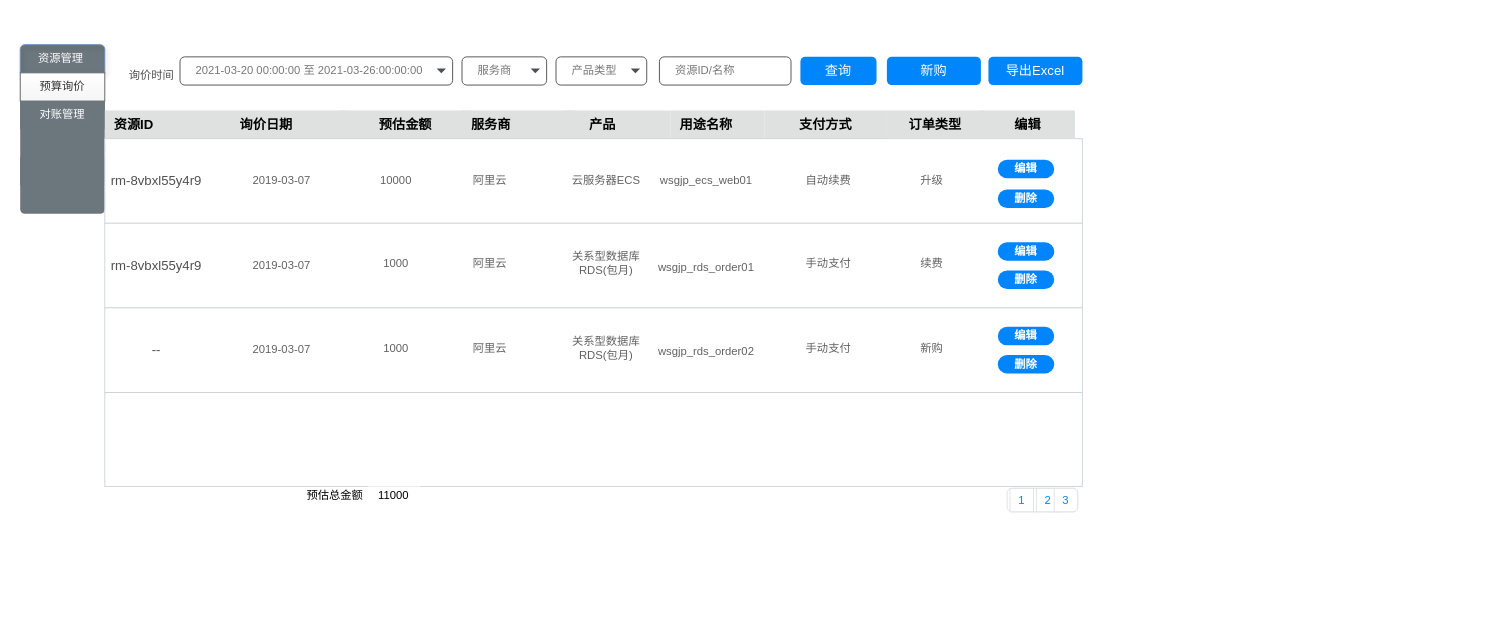
mashifei/uml keeps this draw.io diagram as page "预算" (2 of 3) of 阿里云交易.drawio. Above is the earlier version. Source tidied: cells renumbered, new cells numbered last; positions are measured from the earlier drawing's top-left corner, leaving out a move shared by most shapes. Both pictures are drawn from the tidied source at 94%, with x=0, y=0 at pixel (20, 44).
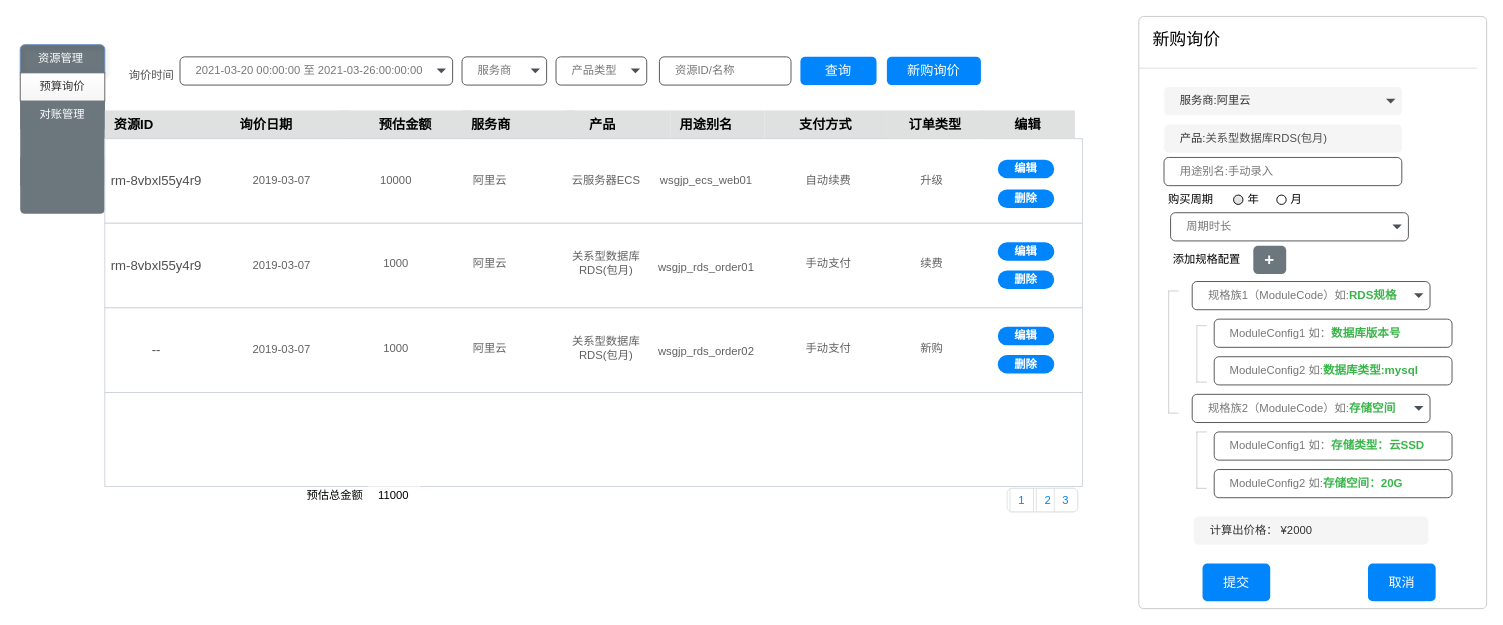
Above is the later version.

Diff of the diagram source:
```diff
@@
-<mxGraphModel>
+<mxGraphModel background="#ffffff">
@@
-    <mxCell id="8" value="用途名称" style="rounded=0;whiteSpace=wrap;html=1;arcSize=50;strokeColor=none;strokeWidth=1;fontColor=#000000;whiteSpace=wrap;align=left;verticalAlign=middle;spacingLeft=0;fontStyle=1;fontSize=14;spacing=10;fillColor=#DFE0E0;" parent="1" vertex="1">
+    <mxCell id="8" value="用途别名" style="rounded=0;whiteSpace=wrap;html=1;arcSize=50;strokeColor=none;strokeWidth=1;fontColor=#000000;whiteSpace=wrap;align=left;verticalAlign=middle;spacingLeft=0;fontStyle=1;fontSize=14;spacing=10;fillColor=#DFE0E0;" parent="1" vertex="1">
       <mxGeometry x="692" y="70" width="100" height="30" as="geometry" />
     </mxCell>
@@
-    <mxCell id="55" value="新购" style="html=1;shadow=0;dashed=0;shape=mxgraph.bootstrap.rrect;rSize=5;strokeColor=none;strokeWidth=1;fillColor=#0085FC;fontColor=#FFFFFF;whiteSpace=wrap;align=center;verticalAlign=middle;spacingLeft=0;fontStyle=0;fontSize=14;spacing=5;rounded=0;sketch=0;" parent="1" vertex="1">
+    <mxCell id="55" value="新购询价" style="html=1;shadow=0;dashed=0;shape=mxgraph.bootstrap.rrect;rSize=5;strokeColor=none;strokeWidth=1;fillColor=#0085FC;fontColor=#FFFFFF;whiteSpace=wrap;align=center;verticalAlign=middle;spacingLeft=0;fontStyle=0;fontSize=14;spacing=5;rounded=0;sketch=0;" parent="1" vertex="1">
       <mxGeometry x="922" y="13" width="100" height="30" as="geometry" />
     </mxCell>
-    <mxCell id="56" value="导出Excel" style="html=1;shadow=0;dashed=0;shape=mxgraph.bootstrap.rrect;rSize=5;strokeColor=none;strokeWidth=1;fillColor=#0085FC;fontColor=#FFFFFF;whiteSpace=wrap;align=center;verticalAlign=middle;spacingLeft=0;fontStyle=0;fontSize=14;spacing=5;rounded=0;sketch=0;" parent="1" vertex="1">
-      <mxGeometry x="1030" y="13" width="100" height="30" as="geometry" />
-    </mxCell>
@@
+    <mxCell id="71" value="新购询价" style="html=1;shadow=0;dashed=0;shape=mxgraph.bootstrap.rrect;rSize=5;html=1;strokeColor=#C8C8C8;fillColor=#ffffff;whiteSpace=wrap;verticalAlign=top;align=left;fontSize=18;spacing=15;spacingTop=-5;rounded=0;sketch=0;" parent="1" vertex="1">
+      <mxGeometry x="1190" y="-30" width="370" height="630" as="geometry" />
+    </mxCell>
+    <mxCell id="72" style="shape=line;strokeColor=#dddddd;" parent="1" vertex="1">
+      <mxGeometry x="1190" y="20" width="360" height="10" as="geometry">
+        <mxPoint y="50" as="offset" />
+      </mxGeometry>
+    </mxCell>
+    <mxCell id="73" value="服务商:阿里云" style="html=1;shadow=0;dashed=0;shape=mxgraph.bootstrap.rrect;rSize=5;strokeWidth=1;fillColor=#f5f5f5;fontColor=#333333;whiteSpace=wrap;align=left;verticalAlign=middle;fontStyle=0;fontSize=12;spacingRight=0;spacing=17;rounded=0;sketch=0;strokeColor=none;" parent="1" vertex="1">
+      <mxGeometry x="1217" y="45" width="253" height="30" as="geometry" />
+    </mxCell>
+    <mxCell id="74" style="shape=triangle;direction=south;fillColor=#495057;strokeColor=none;perimeter=none;" parent="73" vertex="1">
+      <mxGeometry x="1" y="0.5" width="10" height="5" relative="1" as="geometry">
+        <mxPoint x="-17" y="-2.5" as="offset" />
+      </mxGeometry>
+    </mxCell>
+    <mxCell id="75" value="计算出价格： ¥2000" style="html=1;shadow=0;dashed=0;shape=mxgraph.bootstrap.rrect;rSize=5;strokeWidth=1;whiteSpace=wrap;align=left;verticalAlign=middle;fontStyle=0;fontSize=12;spacingRight=0;spacing=17;rounded=0;sketch=0;fillColor=#f5f5f5;fontColor=#333333;strokeColor=none;" parent="1" vertex="1">
+      <mxGeometry x="1248.5" y="502" width="249.5" height="30" as="geometry" />
+    </mxCell>
+    <mxCell id="76" value="产品:&lt;span style=&quot;color: rgb(80 , 80 , 80) ; text-align: center&quot;&gt;关系型数据库RDS(包月)&lt;/span&gt;" style="html=1;shadow=0;dashed=0;shape=mxgraph.bootstrap.rrect;rSize=5;strokeWidth=1;fillColor=#f5f5f5;fontColor=#333333;whiteSpace=wrap;align=left;verticalAlign=middle;fontStyle=0;fontSize=12;spacingRight=0;spacing=17;rounded=0;sketch=0;strokeColor=none;" parent="1" vertex="1">
+      <mxGeometry x="1217" y="85" width="253" height="30" as="geometry" />
+    </mxCell>
+    <mxCell id="77" value="提交" style="html=1;shadow=0;dashed=0;shape=mxgraph.bootstrap.rrect;rSize=5;strokeColor=none;strokeWidth=1;fillColor=#0085FC;fontColor=#FFFFFF;whiteSpace=wrap;align=center;verticalAlign=middle;spacingLeft=0;fontStyle=0;fontSize=14;spacing=5;rounded=0;sketch=0;" parent="1" vertex="1">
+      <mxGeometry x="1257.8" y="552" width="72" height="40" as="geometry" />
+    </mxCell>
+    <mxCell id="78" value="取消" style="html=1;shadow=0;dashed=0;shape=mxgraph.bootstrap.rrect;rSize=5;strokeColor=none;strokeWidth=1;fillColor=#0085FC;fontColor=#FFFFFF;whiteSpace=wrap;align=center;verticalAlign=middle;spacingLeft=0;fontStyle=0;fontSize=14;spacing=5;rounded=0;sketch=0;" parent="1" vertex="1">
+      <mxGeometry x="1433.8" y="552" width="72" height="40" as="geometry" />
+    </mxCell>
+    <mxCell id="79" value="年" style="html=1;shadow=0;dashed=0;shape=mxgraph.bootstrap.radioButton2;labelPosition=right;verticalLabelPosition=middle;align=left;verticalAlign=middle;gradientColor=#DEDEDE;fillColor=#EDEDED;checked=0;spacing=5;checkedFill=#0085FC;checkedStroke=#ffffff;" parent="1" vertex="1">
+      <mxGeometry x="1290.8" y="160" width="10" height="10" as="geometry" />
+    </mxCell>
+    <mxCell id="80" value="月" style="html=1;shadow=0;dashed=0;shape=mxgraph.bootstrap.radioButton2;labelPosition=right;verticalLabelPosition=middle;align=left;verticalAlign=middle;gradientColor=#DEDEDE;checked=0;spacing=5;checkedFill=#0085FC;checkedStroke=#ffffff;fillColor=none;" parent="1" vertex="1">
+      <mxGeometry x="1336.8" y="160" width="10" height="10" as="geometry" />
+    </mxCell>
+    <mxCell id="81" value="周期时长" style="html=1;shadow=0;dashed=0;shape=mxgraph.bootstrap.rrect;rSize=5;strokeColor=#505050;strokeWidth=1;fillColor=#ffffff;fontColor=#777777;whiteSpace=wrap;align=left;verticalAlign=middle;fontStyle=0;fontSize=12;spacingRight=0;spacing=17;rounded=0;sketch=0;" parent="1" vertex="1">
+      <mxGeometry x="1223.8" y="178.8" width="253" height="30" as="geometry" />
+    </mxCell>
+    <mxCell id="82" style="shape=triangle;direction=south;fillColor=#495057;strokeColor=none;perimeter=none;" parent="81" vertex="1">
+      <mxGeometry x="1" y="0.5" width="10" height="5" relative="1" as="geometry">
+        <mxPoint x="-17" y="-2.5" as="offset" />
+      </mxGeometry>
+    </mxCell>
+    <mxCell id="83" value="规格族1（ModuleCode）如:&lt;span style=&quot;color: rgb(58 , 181 , 74) ; font-family: &amp;#34;menlo&amp;#34; , monospace , &amp;#34;tahoma&amp;#34; , , ; font-size: 12.3px ; font-weight: 700 ; background-color: rgb(255 , 255 , 255)&quot;&gt;RDS规格&lt;/span&gt;" style="html=1;shadow=0;dashed=0;shape=mxgraph.bootstrap.rrect;rSize=5;strokeColor=#505050;strokeWidth=1;fillColor=#ffffff;fontColor=#777777;whiteSpace=wrap;align=left;verticalAlign=middle;fontStyle=0;fontSize=12;spacingRight=0;spacing=17;rounded=0;sketch=0;" parent="1" vertex="1">
+      <mxGeometry x="1246.8" y="252" width="253" height="30" as="geometry" />
+    </mxCell>
+    <mxCell id="84" style="shape=triangle;direction=south;fillColor=#495057;strokeColor=none;perimeter=none;" parent="83" vertex="1">
+      <mxGeometry x="1" y="0.5" width="10" height="5" relative="1" as="geometry">
+        <mxPoint x="-17" y="-2.5" as="offset" />
+      </mxGeometry>
+    </mxCell>
+    <mxCell id="85" value="ModuleConfig1 如：&lt;span style=&quot;color: rgb(58 , 181 , 74) ; font-family: &amp;#34;menlo&amp;#34; , monospace , &amp;#34;tahoma&amp;#34; , , ; font-size: 12.3px ; font-weight: 700 ; background-color: rgb(255 , 255 , 255)&quot;&gt;数据库版本号&lt;/span&gt;" style="html=1;shadow=0;dashed=0;shape=mxgraph.bootstrap.rrect;rSize=5;strokeColor=#505050;strokeWidth=1;fillColor=#ffffff;fontColor=#777777;whiteSpace=wrap;align=left;verticalAlign=middle;fontStyle=0;fontSize=12;spacingRight=0;spacing=17;rounded=0;sketch=0;" parent="1" vertex="1">
+      <mxGeometry x="1270.2" y="292" width="253" height="30" as="geometry" />
+    </mxCell>
+    <mxCell id="86" value="+" style="html=1;shadow=0;dashed=0;shape=mxgraph.bootstrap.rrect;rSize=5;strokeColor=none;strokeWidth=1;fillColor=#6C767D;fontColor=#FFFFFF;whiteSpace=wrap;align=left;verticalAlign=middle;spacingLeft=10;fontStyle=1;fontSize=18;" parent="1" vertex="1">
+      <mxGeometry x="1311.8" y="214" width="35" height="30" as="geometry" />
+    </mxCell>
+    <mxCell id="87" value="ModuleConfig2 如:&lt;span style=&quot;color: rgb(58 , 181 , 74) ; font-family: &amp;#34;menlo&amp;#34; , monospace , &amp;#34;tahoma&amp;#34; , , ; font-size: 12.3px ; font-weight: 700 ; background-color: rgb(255 , 255 , 255)&quot;&gt;数据库类型:mysql&lt;/span&gt;" style="html=1;shadow=0;dashed=0;shape=mxgraph.bootstrap.rrect;rSize=5;strokeColor=#505050;strokeWidth=1;fillColor=#ffffff;fontColor=#777777;whiteSpace=wrap;align=left;verticalAlign=middle;fontStyle=0;fontSize=12;spacingRight=0;spacing=17;rounded=0;sketch=0;" parent="1" vertex="1">
+      <mxGeometry x="1270.2" y="332" width="253" height="30" as="geometry" />
+    </mxCell>
+    <mxCell id="88" value="规格族2（ModuleCode）如:&lt;span style=&quot;color: rgb(58 , 181 , 74) ; font-family: &amp;#34;menlo&amp;#34; , monospace , &amp;#34;tahoma&amp;#34; , , ; font-size: 12.3px ; font-weight: 700 ; background-color: rgb(255 , 255 , 255)&quot;&gt;存储空间&lt;/span&gt;" style="html=1;shadow=0;dashed=0;shape=mxgraph.bootstrap.rrect;rSize=5;strokeColor=#505050;strokeWidth=1;fillColor=#ffffff;fontColor=#777777;whiteSpace=wrap;align=left;verticalAlign=middle;fontStyle=0;fontSize=12;spacingRight=0;spacing=17;rounded=0;sketch=0;" parent="1" vertex="1">
+      <mxGeometry x="1246.8" y="372" width="253" height="30" as="geometry" />
+    </mxCell>
+    <mxCell id="89" style="shape=triangle;direction=south;fillColor=#495057;strokeColor=none;perimeter=none;" parent="88" vertex="1">
+      <mxGeometry x="1" y="0.5" width="10" height="5" relative="1" as="geometry">
+        <mxPoint x="-17" y="-2.5" as="offset" />
+      </mxGeometry>
+    </mxCell>
+    <mxCell id="90" value="ModuleConfig1 如：&lt;span style=&quot;color: rgb(58 , 181 , 74) ; font-family: &amp;#34;menlo&amp;#34; , monospace , &amp;#34;tahoma&amp;#34; , , ; font-size: 12.3px ; font-weight: 700 ; background-color: rgb(255 , 255 , 255)&quot;&gt;存储类型：云SSD&lt;/span&gt;" style="html=1;shadow=0;dashed=0;shape=mxgraph.bootstrap.rrect;rSize=5;strokeColor=#505050;strokeWidth=1;fillColor=#ffffff;fontColor=#777777;whiteSpace=wrap;align=left;verticalAlign=middle;fontStyle=0;fontSize=12;spacingRight=0;spacing=17;rounded=0;sketch=0;" parent="1" vertex="1">
+      <mxGeometry x="1270.2" y="412" width="253" height="30" as="geometry" />
+    </mxCell>
+    <mxCell id="91" value="ModuleConfig2 如:&lt;span style=&quot;color: rgb(58 , 181 , 74) ; font-family: &amp;#34;menlo&amp;#34; , monospace , &amp;#34;tahoma&amp;#34; , , ; font-size: 12.3px ; font-weight: 700 ; background-color: rgb(255 , 255 , 255)&quot;&gt;存储空间：20G&lt;/span&gt;" style="html=1;shadow=0;dashed=0;shape=mxgraph.bootstrap.rrect;rSize=5;strokeColor=#505050;strokeWidth=1;fillColor=#ffffff;fontColor=#777777;whiteSpace=wrap;align=left;verticalAlign=middle;fontStyle=0;fontSize=12;spacingRight=0;spacing=17;rounded=0;sketch=0;" parent="1" vertex="1">
+      <mxGeometry x="1270.2" y="452" width="253" height="30" as="geometry" />
+    </mxCell>
+    <mxCell id="92" style="group;" parent="1" vertex="1">
+      <mxGeometry x="1246.8" y="299" width="20" height="60" as="geometry" />
+    </mxCell>
+    <mxCell id="93" style="line;strokeWidth=1;direction=south;html=1;fillColor=none;opacity=20;" parent="92" vertex="1">
+      <mxGeometry width="10" height="60" as="geometry" />
+    </mxCell>
+    <mxCell id="94" style="shape=partialRectangle;whiteSpace=wrap;html=1;left=0;right=0;fillColor=none;strokeColor=#000000;strokeWidth=1;opacity=20;" parent="92" vertex="1">
+      <mxGeometry x="5" width="10" height="60" as="geometry" />
+    </mxCell>
+    <mxCell id="95" style="group;" parent="1" vertex="1">
+      <mxGeometry x="1246.8" y="412" width="20" height="60" as="geometry" />
+    </mxCell>
+    <mxCell id="96" style="group;" parent="95" vertex="1">
+      <mxGeometry width="20" height="60" as="geometry" />
+    </mxCell>
+    <mxCell id="97" style="line;strokeWidth=1;direction=south;html=1;fillColor=none;opacity=20;" parent="96" vertex="1">
+      <mxGeometry width="10" height="60" as="geometry" />
+    </mxCell>
+    <mxCell id="98" style="shape=partialRectangle;whiteSpace=wrap;html=1;left=0;right=0;fillColor=none;strokeColor=#000000;strokeWidth=1;opacity=20;" parent="95" vertex="1">
+      <mxGeometry x="5" width="10" height="60" as="geometry" />
+    </mxCell>
+    <mxCell id="99" style="group;" parent="1" vertex="1">
+      <mxGeometry x="1216.8" y="262" width="20" height="130" as="geometry" />
+    </mxCell>
+    <mxCell id="100" style="group;" parent="99" vertex="1">
+      <mxGeometry width="20" height="130" as="geometry" />
+    </mxCell>
+    <mxCell id="101" style="line;strokeWidth=1;direction=south;html=1;fillColor=none;opacity=20;" parent="100" vertex="1">
+      <mxGeometry width="10" height="130" as="geometry" />
+    </mxCell>
+    <mxCell id="102" style="shape=partialRectangle;whiteSpace=wrap;html=1;left=0;right=0;fillColor=none;strokeColor=#000000;strokeWidth=1;opacity=20;" parent="99" vertex="1">
+      <mxGeometry x="5" width="10" height="130" as="geometry" />
+    </mxCell>
+    <mxCell id="103" value="&lt;font color=&quot;#000000&quot;&gt;添加规格配置&lt;/font&gt;" style="text;html=1;strokeColor=none;fillColor=none;align=center;verticalAlign=middle;whiteSpace=wrap;rounded=0;shadow=0;glass=1;fontColor=#FFFFFF;" parent="1" vertex="1">
+      <mxGeometry x="1223.8" y="219" width="77" height="20" as="geometry" />
+    </mxCell>
+    <mxCell id="104" value="用途别名:手动录入" style="html=1;shadow=0;dashed=0;shape=mxgraph.bootstrap.rrect;rSize=5;strokeColor=#505050;strokeWidth=1;fillColor=#ffffff;fontColor=#777777;whiteSpace=wrap;align=left;verticalAlign=middle;fontStyle=0;fontSize=12;spacingRight=0;spacing=17;rounded=0;sketch=0;" parent="1" vertex="1">
+      <mxGeometry x="1216.8" y="120" width="253" height="30" as="geometry" />
+    </mxCell>
+    <mxCell id="105" value="&lt;font color=&quot;#000000&quot;&gt;购买周期&lt;/font&gt;" style="text;html=1;strokeColor=none;fillColor=none;align=center;verticalAlign=middle;whiteSpace=wrap;rounded=0;shadow=0;glass=1;fontColor=#FFFFFF;" parent="1" vertex="1">
+      <mxGeometry x="1217" y="155" width="57" height="20" as="geometry" />
+    </mxCell>
```
